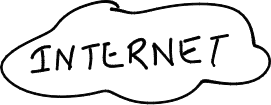
dikshita-git/RP_Study-on-Ingress-and-its-security-IPv4-IPv6- keeps this draw.io diagram as Page_images/Ingress_network.png. Above is the earlier version. Source tidied: cells renumbered, new cells last; positions are measured from the earlier drawing's top-left corner, leaving out a move shared by most shapes.
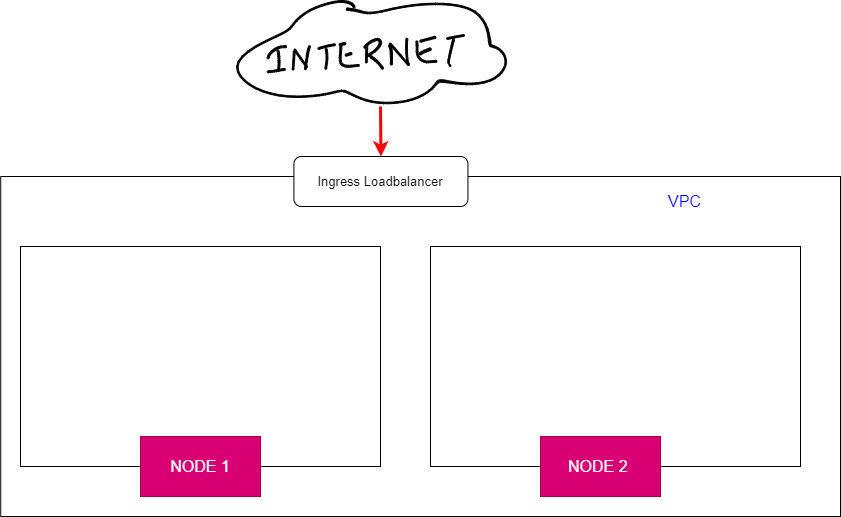
Later version of the same file.

What changed in the source:
```diff
@@ -68,5 +68,31 @@
     <mxCell id="23" style="shape=(stored shape, 748 characters);lineShape=1;" parent="1" vertex="1">
       <mxGeometry x="211.1" y="38.3" width="6.9" height="27.6" as="geometry" />
     </mxCell>
+    <mxCell id="24" style="endArrow=classic;html=1;rounded=0;strokeWidth=3;strokeColor=#FF0000;entryX=0.5;entryY=0;entryDx=0;entryDy=0;" parent="1" edge="1" target="26">
+      <mxGeometry relative="1" as="geometry">
+        <mxPoint x="144" y="106" as="sourcePoint" />
+      </mxGeometry>
+    </mxCell>
+    <mxCell id="25" style="rounded=0;whiteSpace=wrap;html=1;fontSize=14;fillColor=none;" parent="1" vertex="1">
+      <mxGeometry x="-235.8" y="176" width="839.8" height="340" as="geometry" />
+    </mxCell>
+    <mxCell id="26" value="&lt;font style=&quot;font-size: 13px;&quot;&gt;Ingress Loadbalancer&lt;/font&gt;" style="rounded=1;whiteSpace=wrap;html=1;" parent="1" vertex="1">
+      <mxGeometry x="57.4" y="156" width="174.1" height="50" as="geometry" />
+    </mxCell>
+    <mxCell id="27" value="&lt;font style=&quot;font-size: 16px;&quot;&gt;&amp;nbsp; &lt;font color=&quot;#0000ff&quot;&gt;VPC&lt;/font&gt;&lt;/font&gt;" style="text;html=1;strokeColor=none;fillColor=none;align=center;verticalAlign=middle;whiteSpace=wrap;rounded=0;fontSize=14;" parent="1" vertex="1">
+      <mxGeometry x="414" y="186" width="60" height="30" as="geometry" />
+    </mxCell>
+    <mxCell id="28" style="rounded=0;whiteSpace=wrap;html=1;fontSize=16;fontColor=#0000FF;" parent="1" vertex="1">
+      <mxGeometry x="-216" y="246" width="360" height="220" as="geometry" />
+    </mxCell>
+    <mxCell id="29" style="rounded=0;whiteSpace=wrap;html=1;fontSize=16;fontColor=#0000FF;" parent="1" vertex="1">
+      <mxGeometry x="194" y="246" width="370" height="220" as="geometry" />
+    </mxCell>
+    <mxCell id="30" value="NODE 1" style="rounded=0;whiteSpace=wrap;html=1;fontSize=16;fontColor=#ffffff;fillColor=#d80073;strokeColor=#A50040;" parent="1" vertex="1">
+      <mxGeometry x="-96" y="436" width="120" height="60" as="geometry" />
+    </mxCell>
+    <mxCell id="31" value="NODE 2&amp;nbsp;" style="rounded=0;whiteSpace=wrap;html=1;fontSize=16;fontColor=#ffffff;fillColor=#d80073;strokeColor=#A50040;" parent="1" vertex="1">
+      <mxGeometry x="304" y="436" width="120" height="60" as="geometry" />
+    </mxCell>
   </root>
 </mxGraphModel>
```
